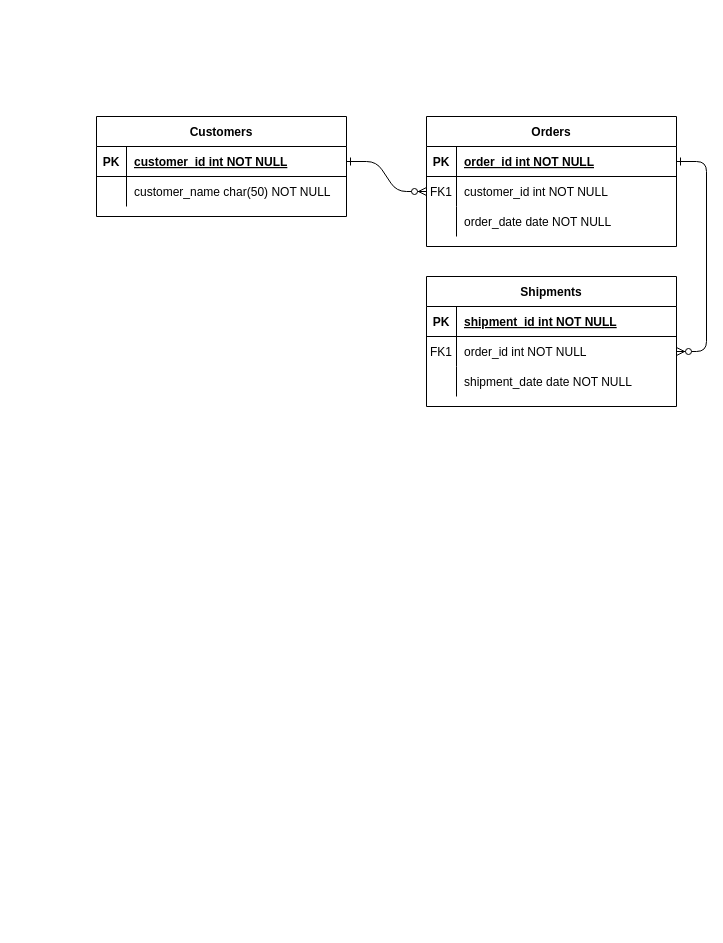
Before: Pertemuan3/Untitled Diagram.drawio in rayhantsaury/IF214002, a draw.io diagram. Source tidied: cells renumbered, new cells numbered last; positions are measured from the earlier drawing's top-left corner, leaving out a move shared by most shapes. Both pictures are drawn from the tidied source at 100%, with x=0, y=0 at pixel (96, 116).
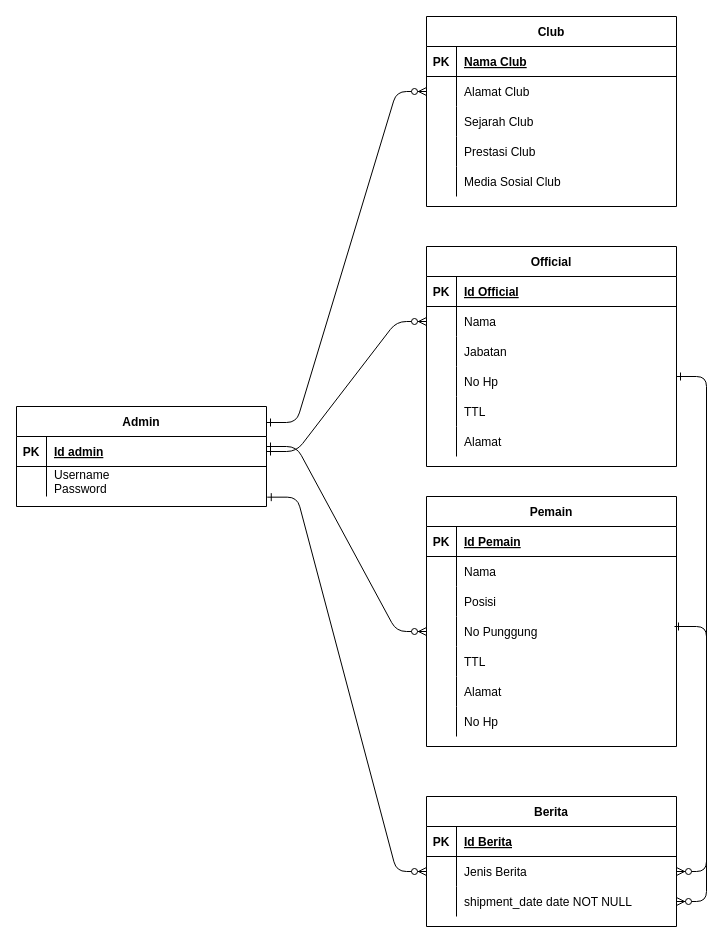
The same page after the edit.

Unchanged cells that the change refers to:
```xml
<mxCell id="5" style="shape=partialRectangle;fillColor=none;points=[[0,0.5],[1,0.5]];portConstraint=eastwest;top=0;left=0;right=0;bottom=1;" parent="4" vertex="1">
  <mxGeometry y="30" width="250" height="30" as="geometry" />
</mxCell>
<mxCell id="8" style="shape=partialRectangle;fillColor=none;points=[[0,0.5],[1,0.5]];portConstraint=eastwest;top=0;left=0;right=0;bottom=0;" parent="4" vertex="1">
  <mxGeometry y="60" width="250" height="30" as="geometry" />
</mxCell>
<mxCell id="11" style="shape=partialRectangle;fillColor=none;top=0;left=0;right=0;bottom=0;" parent="4" vertex="1">
  <mxGeometry y="90" width="250" height="30" as="geometry" />
</mxCell>
<mxCell id="15" style="shape=partialRectangle;fillColor=none;top=0;left=0;right=0;bottom=1;" parent="14" vertex="1">
  <mxGeometry y="30" width="250" height="30" as="geometry" />
</mxCell>
<mxCell id="18" style="shape=partialRectangle;fillColor=none;points=[[0,0.5],[1,0.5]];portConstraint=eastwest;top=0;left=0;right=0;bottom=0;" parent="14" vertex="1">
  <mxGeometry y="60" width="250" height="30" as="geometry" />
</mxCell>
<mxCell id="21" style="shape=partialRectangle;fillColor=none;top=0;left=0;right=0;bottom=0;" parent="14" vertex="1">
  <mxGeometry y="90" width="250" height="30" as="geometry" />
</mxCell>
<mxCell id="25" style="shape=partialRectangle;fillColor=none;points=[[0,0.5],[1,0.5]];portConstraint=eastwest;top=0;left=0;right=0;bottom=1;" parent="24" vertex="1">
  <mxGeometry y="30" width="250" height="30" as="geometry" />
</mxCell>
<mxCell id="28" style="shape=partialRectangle;fillColor=none;points=[[0,0.5],[1,0.5]];portConstraint=eastwest;top=0;left=0;right=0;bottom=0;" parent="24" vertex="1">
  <mxGeometry y="60" width="250" height="30" as="geometry" />
</mxCell>
```

Diff of the diagram source:
```diff
@@
-    <mxCell id="2" style="edgeStyle=entityRelationEdgeStyle;endArrow=ERzeroToMany;startArrow=ERone;endFill=1;startFill=0;" parent="1" edge="1" source="25" target="8">
+    <mxCell id="2" style="edgeStyle=entityRelationEdgeStyle;endArrow=ERzeroToMany;startArrow=ERone;endFill=1;startFill=0;exitX=1;exitY=0.16;exitDx=0;exitDy=0;exitPerimeter=0;" parent="1" edge="1" source="24" target="8">
       <mxGeometry relative="1" as="geometry" />
     </mxCell>
-    <mxCell id="3" style="edgeStyle=entityRelationEdgeStyle;endArrow=ERzeroToMany;startArrow=ERone;endFill=1;startFill=0;" parent="1" edge="1" source="5" target="18">
-      <mxGeometry relative="1" as="geometry" />
+    <mxCell id="3" style="edgeStyle=entityRelationEdgeStyle;endArrow=ERzeroToMany;startArrow=ERone;endFill=1;startFill=0;entryX=1;entryY=0.5;entryDx=0;entryDy=0;" parent="1" edge="1" target="53">
+      <mxGeometry relative="1" as="geometry">
+        <mxPoint x="580" y="260" as="sourcePoint" />
+      </mxGeometry>
     </mxCell>
-    <mxCell id="4" value="Orders" style="shape=table;startSize=30;childLayout=tableLayout;rowLines=0;fontStyle=1;align=center;" parent="1" vertex="1">
-      <mxGeometry x="330" width="250" height="130" as="geometry" />
+    <mxCell id="4" value="Club" style="shape=table;startSize=30;childLayout=tableLayout;rowLines=0;fontStyle=1;align=center;" parent="1" vertex="1">
+      <mxGeometry x="330" y="-100" width="250" height="190" as="geometry" />
     </mxCell>
@@
-    <mxCell id="7" value="order_id int NOT NULL " style="shape=partialRectangle;overflow=hidden;fillColor=none;top=0;left=0;bottom=0;right=0;align=left;spacingLeft=6;fontStyle=5;" parent="5" vertex="1">
+    <mxCell id="7" value="Nama Club" style="shape=partialRectangle;overflow=hidden;fillColor=none;top=0;left=0;bottom=0;right=0;align=left;spacingLeft=6;fontStyle=5;" parent="5" vertex="1">
       <mxGeometry x="30" width="220" height="30" as="geometry" />
     </mxCell>
@@
-    <mxCell id="9" value="FK1" style="shape=partialRectangle;overflow=hidden;fillColor=none;top=0;left=0;bottom=0;right=0;" parent="8" vertex="1">
+    <mxCell id="9" style="shape=partialRectangle;overflow=hidden;fillColor=none;top=0;left=0;bottom=0;right=0;" parent="8" vertex="1">
       <mxGeometry width="30" height="30" as="geometry" />
     </mxCell>
-    <mxCell id="10" value="customer_id int NOT NULL" style="shape=partialRectangle;overflow=hidden;fillColor=none;top=0;left=0;bottom=0;right=0;align=left;spacingLeft=6;" parent="8" vertex="1">
+    <mxCell id="10" value="Alamat Club" style="shape=partialRectangle;overflow=hidden;fillColor=none;top=0;left=0;bottom=0;right=0;align=left;spacingLeft=6;" parent="8" vertex="1">
       <mxGeometry x="30" width="220" height="30" as="geometry" />
     </mxCell>
@@
-    <mxCell id="13" value="order_date date NOT NULL" style="shape=partialRectangle;overflow=hidden;fillColor=none;top=0;left=0;bottom=0;right=0;align=left;spacingLeft=6;" parent="11" vertex="1">
+    <mxCell id="13" value="Sejarah Club" style="shape=partialRectangle;overflow=hidden;fillColor=none;top=0;left=0;bottom=0;right=0;align=left;spacingLeft=6;" parent="11" vertex="1">
       <mxGeometry x="30" width="220" height="30" as="geometry" />
     </mxCell>
+    <mxCell id="31" style="shape=partialRectangle;fillColor=none;top=0;left=0;right=0;bottom=0;" parent="4" vertex="1">
+      <mxGeometry y="120" width="250" height="30" as="geometry" />
+    </mxCell>
+    <mxCell id="32" style="shape=partialRectangle;overflow=hidden;fillColor=none;top=0;left=0;bottom=0;right=0;" parent="31" vertex="1">
+      <mxGeometry width="30" height="30" as="geometry" />
+    </mxCell>
+    <mxCell id="33" value="Prestasi Club" style="shape=partialRectangle;overflow=hidden;fillColor=none;top=0;left=0;bottom=0;right=0;align=left;spacingLeft=6;" parent="31" vertex="1">
+      <mxGeometry x="30" width="220" height="30" as="geometry" />
+    </mxCell>
+    <mxCell id="34" style="shape=partialRectangle;fillColor=none;top=0;left=0;right=0;bottom=0;" parent="4" vertex="1">
+      <mxGeometry y="150" width="250" height="30" as="geometry" />
+    </mxCell>
+    <mxCell id="35" style="shape=partialRectangle;overflow=hidden;fillColor=none;top=0;left=0;bottom=0;right=0;" parent="34" vertex="1">
+      <mxGeometry width="30" height="30" as="geometry" />
+    </mxCell>
+    <mxCell id="36" value="Media Sosial Club" style="shape=partialRectangle;overflow=hidden;fillColor=none;top=0;left=0;bottom=0;right=0;align=left;spacingLeft=6;" parent="34" vertex="1">
+      <mxGeometry x="30" width="220" height="30" as="geometry" />
+    </mxCell>
-    <mxCell id="14" value="Shipments" style="shape=table;startSize=30;childLayout=tableLayout;rowLines=0;fontStyle=1;align=center;" parent="1" vertex="1">
-      <mxGeometry x="330" y="160" width="250" height="130" as="geometry" />
+    <mxCell id="14" value="Official" style="shape=table;startSize=30;childLayout=tableLayout;rowLines=0;fontStyle=1;align=center;" parent="1" vertex="1">
+      <mxGeometry x="330" y="130" width="250" height="220" as="geometry" />
     </mxCell>
@@
-    <mxCell id="17" value="shipment_id int NOT NULL " style="shape=partialRectangle;overflow=hidden;fillColor=none;top=0;left=0;bottom=0;right=0;align=left;spacingLeft=6;fontStyle=5;" parent="15" vertex="1">
+    <mxCell id="17" value="Id Official" style="shape=partialRectangle;overflow=hidden;fillColor=none;top=0;left=0;bottom=0;right=0;align=left;spacingLeft=6;fontStyle=5;" parent="15" vertex="1">
       <mxGeometry x="30" width="220" height="30" as="geometry" />
     </mxCell>
@@
-    <mxCell id="19" value="FK1" style="shape=partialRectangle;overflow=hidden;fillColor=none;top=0;left=0;bottom=0;right=0;" parent="18" vertex="1">
+    <mxCell id="19" style="shape=partialRectangle;overflow=hidden;fillColor=none;top=0;left=0;bottom=0;right=0;" parent="18" vertex="1">
       <mxGeometry width="30" height="30" as="geometry" />
     </mxCell>
-    <mxCell id="20" value="order_id int NOT NULL" style="shape=partialRectangle;overflow=hidden;fillColor=none;top=0;left=0;bottom=0;right=0;align=left;spacingLeft=6;" parent="18" vertex="1">
+    <mxCell id="20" value="Nama" style="shape=partialRectangle;overflow=hidden;fillColor=none;top=0;left=0;bottom=0;right=0;align=left;spacingLeft=6;" parent="18" vertex="1">
       <mxGeometry x="30" width="220" height="30" as="geometry" />
     </mxCell>
@@
-    <mxCell id="23" value="shipment_date date NOT NULL" style="shape=partialRectangle;overflow=hidden;fillColor=none;top=0;left=0;bottom=0;right=0;align=left;spacingLeft=6;" parent="21" vertex="1">
+    <mxCell id="23" value="Jabatan" style="shape=partialRectangle;overflow=hidden;fillColor=none;top=0;left=0;bottom=0;right=0;align=left;spacingLeft=6;" parent="21" vertex="1">
       <mxGeometry x="30" width="220" height="30" as="geometry" />
     </mxCell>
+    <mxCell id="37" style="shape=partialRectangle;fillColor=none;top=0;left=0;right=0;bottom=0;" parent="14" vertex="1">
+      <mxGeometry y="120" width="250" height="30" as="geometry" />
+    </mxCell>
+    <mxCell id="38" style="shape=partialRectangle;overflow=hidden;fillColor=none;top=0;left=0;bottom=0;right=0;" parent="37" vertex="1">
+      <mxGeometry width="30" height="30" as="geometry" />
+    </mxCell>
+    <mxCell id="39" value="No Hp" style="shape=partialRectangle;overflow=hidden;fillColor=none;top=0;left=0;bottom=0;right=0;align=left;spacingLeft=6;" parent="37" vertex="1">
+      <mxGeometry x="30" width="220" height="30" as="geometry" />
+    </mxCell>
+    <mxCell id="40" style="shape=partialRectangle;fillColor=none;top=0;left=0;right=0;bottom=0;" parent="14" vertex="1">
+      <mxGeometry y="150" width="250" height="30" as="geometry" />
+    </mxCell>
+    <mxCell id="41" style="shape=partialRectangle;overflow=hidden;fillColor=none;top=0;left=0;bottom=0;right=0;" parent="40" vertex="1">
+      <mxGeometry width="30" height="30" as="geometry" />
+    </mxCell>
+    <mxCell id="42" value="TTL" style="shape=partialRectangle;overflow=hidden;fillColor=none;top=0;left=0;bottom=0;right=0;align=left;spacingLeft=6;" parent="40" vertex="1">
+      <mxGeometry x="30" width="220" height="30" as="geometry" />
+    </mxCell>
+    <mxCell id="43" style="shape=partialRectangle;fillColor=none;top=0;left=0;right=0;bottom=0;" parent="14" vertex="1">
+      <mxGeometry y="180" width="250" height="30" as="geometry" />
+    </mxCell>
+    <mxCell id="44" style="shape=partialRectangle;overflow=hidden;fillColor=none;top=0;left=0;bottom=0;right=0;" parent="43" vertex="1">
+      <mxGeometry width="30" height="30" as="geometry" />
+    </mxCell>
+    <mxCell id="45" value="Alamat" style="shape=partialRectangle;overflow=hidden;fillColor=none;top=0;left=0;bottom=0;right=0;align=left;spacingLeft=6;" parent="43" vertex="1">
+      <mxGeometry x="30" width="220" height="30" as="geometry" />
+    </mxCell>
-    <mxCell id="24" value="Customers" style="shape=table;startSize=30;childLayout=tableLayout;rowLines=0;fontStyle=1;align=center;" parent="1" vertex="1">
-      <mxGeometry width="250" height="100" as="geometry" />
+    <mxCell id="24" value="Admin" style="shape=table;startSize=30;childLayout=tableLayout;rowLines=0;fontStyle=1;align=center;" parent="1" vertex="1">
+      <mxGeometry x="-80" y="290" width="250" height="100" as="geometry" />
     </mxCell>
@@
-    <mxCell id="27" value="customer_id int NOT NULL " style="shape=partialRectangle;overflow=hidden;fillColor=none;top=0;left=0;bottom=0;right=0;align=left;spacingLeft=6;fontStyle=5;" parent="25" vertex="1">
+    <mxCell id="27" value="Id admin" style="shape=partialRectangle;overflow=hidden;fillColor=none;top=0;left=0;bottom=0;right=0;align=left;spacingLeft=6;fontStyle=5;" parent="25" vertex="1">
       <mxGeometry x="30" width="220" height="30" as="geometry" />
     </mxCell>
@@
-    <mxCell id="30" value="customer_name char(50) NOT NULL" style="shape=partialRectangle;overflow=hidden;fillColor=none;top=0;left=0;bottom=0;right=0;align=left;spacingLeft=6;" parent="28" vertex="1">
+    <mxCell id="30" value="Username&#10;Password" style="shape=partialRectangle;overflow=hidden;fillColor=none;top=0;left=0;bottom=0;right=0;align=left;spacingLeft=6;" parent="28" vertex="1">
       <mxGeometry x="30" width="220" height="30" as="geometry" />
     </mxCell>
+    <mxCell id="46" value="Berita" style="shape=table;startSize=30;childLayout=tableLayout;rowLines=0;fontStyle=1;align=center;" parent="1" vertex="1">
+      <mxGeometry x="330" y="680" width="250" height="130" as="geometry" />
+    </mxCell>
+    <mxCell id="47" style="shape=partialRectangle;fillColor=none;top=0;left=0;right=0;bottom=1;" parent="46" vertex="1">
+      <mxGeometry y="30" width="250" height="30" as="geometry" />
+    </mxCell>
+    <mxCell id="48" value="PK" style="shape=partialRectangle;overflow=hidden;fillColor=none;top=0;left=0;bottom=0;right=0;fontStyle=1;" parent="47" vertex="1">
+      <mxGeometry width="30" height="30" as="geometry" />
+    </mxCell>
+    <mxCell id="49" value="Id Berita" style="shape=partialRectangle;overflow=hidden;fillColor=none;top=0;left=0;bottom=0;right=0;align=left;spacingLeft=6;fontStyle=5;" parent="47" vertex="1">
+      <mxGeometry x="30" width="220" height="30" as="geometry" />
+    </mxCell>
+    <mxCell id="50" style="shape=partialRectangle;fillColor=none;points=[[0,0.5],[1,0.5]];portConstraint=eastwest;top=0;left=0;right=0;bottom=0;" parent="46" vertex="1">
+      <mxGeometry y="60" width="250" height="30" as="geometry" />
+    </mxCell>
+    <mxCell id="51" style="shape=partialRectangle;overflow=hidden;fillColor=none;top=0;left=0;bottom=0;right=0;" parent="50" vertex="1">
+      <mxGeometry width="30" height="30" as="geometry" />
+    </mxCell>
+    <mxCell id="52" value="Jenis Berita" style="shape=partialRectangle;overflow=hidden;fillColor=none;top=0;left=0;bottom=0;right=0;align=left;spacingLeft=6;" parent="50" vertex="1">
+      <mxGeometry x="30" width="220" height="30" as="geometry" />
+    </mxCell>
+    <mxCell id="53" style="shape=partialRectangle;fillColor=none;points=[[0,0.5],[1,0.5]];portConstraint=eastwest;top=0;left=0;right=0;bottom=0;" parent="46" vertex="1">
+      <mxGeometry y="90" width="250" height="30" as="geometry" />
+    </mxCell>
+    <mxCell id="54" style="shape=partialRectangle;overflow=hidden;fillColor=none;top=0;left=0;bottom=0;right=0;" parent="53" vertex="1">
+      <mxGeometry width="30" height="30" as="geometry" />
+    </mxCell>
+    <mxCell id="55" value="shipment_date date NOT NULL" style="shape=partialRectangle;overflow=hidden;fillColor=none;top=0;left=0;bottom=0;right=0;align=left;spacingLeft=6;" parent="53" vertex="1">
+      <mxGeometry x="30" width="220" height="30" as="geometry" />
+    </mxCell>
+    <mxCell id="56" style="edgeStyle=entityRelationEdgeStyle;endArrow=ERzeroToMany;startArrow=ERone;endFill=1;startFill=0;exitX=1;exitY=0.5;exitDx=0;exitDy=0;entryX=0;entryY=0.5;entryDx=0;entryDy=0;" parent="1" edge="1" source="25" target="18">
+      <mxGeometry relative="1" as="geometry" />
+    </mxCell>
+    <mxCell id="57" style="edgeStyle=entityRelationEdgeStyle;endArrow=ERzeroToMany;startArrow=ERone;endFill=1;startFill=0;entryX=0;entryY=0.5;entryDx=0;entryDy=0;" parent="1" edge="1">
+      <mxGeometry relative="1" as="geometry">
+        <mxPoint x="170" y="330" as="sourcePoint" />
+        <mxPoint x="330" y="515" as="targetPoint" />
+      </mxGeometry>
+    </mxCell>
+    <mxCell id="58" style="edgeStyle=entityRelationEdgeStyle;endArrow=ERzeroToMany;startArrow=ERone;endFill=1;startFill=0;exitX=1.003;exitY=1.022;exitDx=0;exitDy=0;entryX=0;entryY=0.5;entryDx=0;entryDy=0;exitPerimeter=0;" parent="1" edge="1" source="28" target="50">
+      <mxGeometry relative="1" as="geometry" />
+    </mxCell>
+    <mxCell id="59" value="Pemain" style="shape=table;startSize=30;childLayout=tableLayout;rowLines=0;fontStyle=1;align=center;" parent="1" vertex="1">
+      <mxGeometry x="330" y="380" width="250" height="250" as="geometry" />
+    </mxCell>
+    <mxCell id="60" style="shape=partialRectangle;fillColor=none;top=0;left=0;right=0;bottom=1;" parent="59" vertex="1">
+      <mxGeometry y="30" width="250" height="30" as="geometry" />
+    </mxCell>
+    <mxCell id="61" value="PK" style="shape=partialRectangle;overflow=hidden;fillColor=none;top=0;left=0;bottom=0;right=0;fontStyle=1;" parent="60" vertex="1">
+      <mxGeometry width="30" height="30" as="geometry" />
+    </mxCell>
+    <mxCell id="62" value="Id Pemain" style="shape=partialRectangle;overflow=hidden;fillColor=none;top=0;left=0;bottom=0;right=0;align=left;spacingLeft=6;fontStyle=5;" parent="60" vertex="1">
+      <mxGeometry x="30" width="220" height="30" as="geometry" />
+    </mxCell>
+    <mxCell id="63" style="shape=partialRectangle;fillColor=none;top=0;left=0;right=0;bottom=0;" parent="59" vertex="1">
+      <mxGeometry y="60" width="250" height="30" as="geometry" />
+    </mxCell>
+    <mxCell id="64" style="shape=partialRectangle;overflow=hidden;fillColor=none;top=0;left=0;bottom=0;right=0;" parent="63" vertex="1">
+      <mxGeometry width="30" height="30" as="geometry" />
+    </mxCell>
+    <mxCell id="65" value="Nama" style="shape=partialRectangle;overflow=hidden;fillColor=none;top=0;left=0;bottom=0;right=0;align=left;spacingLeft=6;" parent="63" vertex="1">
+      <mxGeometry x="30" width="220" height="30" as="geometry" />
+    </mxCell>
+    <mxCell id="66" style="shape=partialRectangle;fillColor=none;top=0;left=0;right=0;bottom=0;" parent="59" vertex="1">
+      <mxGeometry y="90" width="250" height="30" as="geometry" />
+    </mxCell>
+    <mxCell id="67" style="shape=partialRectangle;overflow=hidden;fillColor=none;top=0;left=0;bottom=0;right=0;" parent="66" vertex="1">
+      <mxGeometry width="30" height="30" as="geometry" />
+    </mxCell>
+    <mxCell id="68" value="Posisi" style="shape=partialRectangle;overflow=hidden;fillColor=none;top=0;left=0;bottom=0;right=0;align=left;spacingLeft=6;" parent="66" vertex="1">
+      <mxGeometry x="30" width="220" height="30" as="geometry" />
+    </mxCell>
+    <mxCell id="69" style="shape=partialRectangle;fillColor=none;top=0;left=0;right=0;bottom=0;" parent="59" vertex="1">
+      <mxGeometry y="120" width="250" height="30" as="geometry" />
+    </mxCell>
+    <mxCell id="70" style="shape=partialRectangle;overflow=hidden;fillColor=none;top=0;left=0;bottom=0;right=0;" parent="69" vertex="1">
+      <mxGeometry width="30" height="30" as="geometry" />
+    </mxCell>
+    <mxCell id="71" value="No Punggung" style="shape=partialRectangle;overflow=hidden;fillColor=none;top=0;left=0;bottom=0;right=0;align=left;spacingLeft=6;" parent="69" vertex="1">
+      <mxGeometry x="30" width="220" height="30" as="geometry" />
+    </mxCell>
+    <mxCell id="72" style="shape=partialRectangle;fillColor=none;top=0;left=0;right=0;bottom=0;" parent="59" vertex="1">
+      <mxGeometry y="150" width="250" height="30" as="geometry" />
+    </mxCell>
+    <mxCell id="73" style="shape=partialRectangle;overflow=hidden;fillColor=none;top=0;left=0;bottom=0;right=0;" parent="72" vertex="1">
+      <mxGeometry width="30" height="30" as="geometry" />
+    </mxCell>
+    <mxCell id="74" value="TTL" style="shape=partialRectangle;overflow=hidden;fillColor=none;top=0;left=0;bottom=0;right=0;align=left;spacingLeft=6;" parent="72" vertex="1">
+      <mxGeometry x="30" width="220" height="30" as="geometry" />
+    </mxCell>
+    <mxCell id="75" style="shape=partialRectangle;fillColor=none;top=0;left=0;right=0;bottom=0;" parent="59" vertex="1">
+      <mxGeometry y="180" width="250" height="30" as="geometry" />
+    </mxCell>
+    <mxCell id="76" style="shape=partialRectangle;overflow=hidden;fillColor=none;top=0;left=0;bottom=0;right=0;" parent="75" vertex="1">
+      <mxGeometry width="30" height="30" as="geometry" />
+    </mxCell>
+    <mxCell id="77" value="Alamat" style="shape=partialRectangle;overflow=hidden;fillColor=none;top=0;left=0;bottom=0;right=0;align=left;spacingLeft=6;" parent="75" vertex="1">
+      <mxGeometry x="30" width="220" height="30" as="geometry" />
+    </mxCell>
+    <mxCell id="78" style="shape=partialRectangle;fillColor=none;top=0;left=0;right=0;bottom=0;" parent="59" vertex="1">
+      <mxGeometry y="210" width="250" height="30" as="geometry" />
+    </mxCell>
+    <mxCell id="79" style="shape=partialRectangle;overflow=hidden;fillColor=none;top=0;left=0;bottom=0;right=0;" parent="78" vertex="1">
+      <mxGeometry width="30" height="30" as="geometry" />
+    </mxCell>
+    <mxCell id="80" value="No Hp" style="shape=partialRectangle;overflow=hidden;fillColor=none;top=0;left=0;bottom=0;right=0;align=left;spacingLeft=6;" parent="78" vertex="1">
+      <mxGeometry x="30" width="220" height="30" as="geometry" />
+    </mxCell>
+    <mxCell id="81" style="edgeStyle=entityRelationEdgeStyle;endArrow=ERzeroToMany;startArrow=ERone;endFill=1;startFill=0;" parent="1" edge="1" target="50">
+      <mxGeometry relative="1" as="geometry">
+        <mxPoint x="578" y="510" as="sourcePoint" />
+      </mxGeometry>
+    </mxCell>
```
